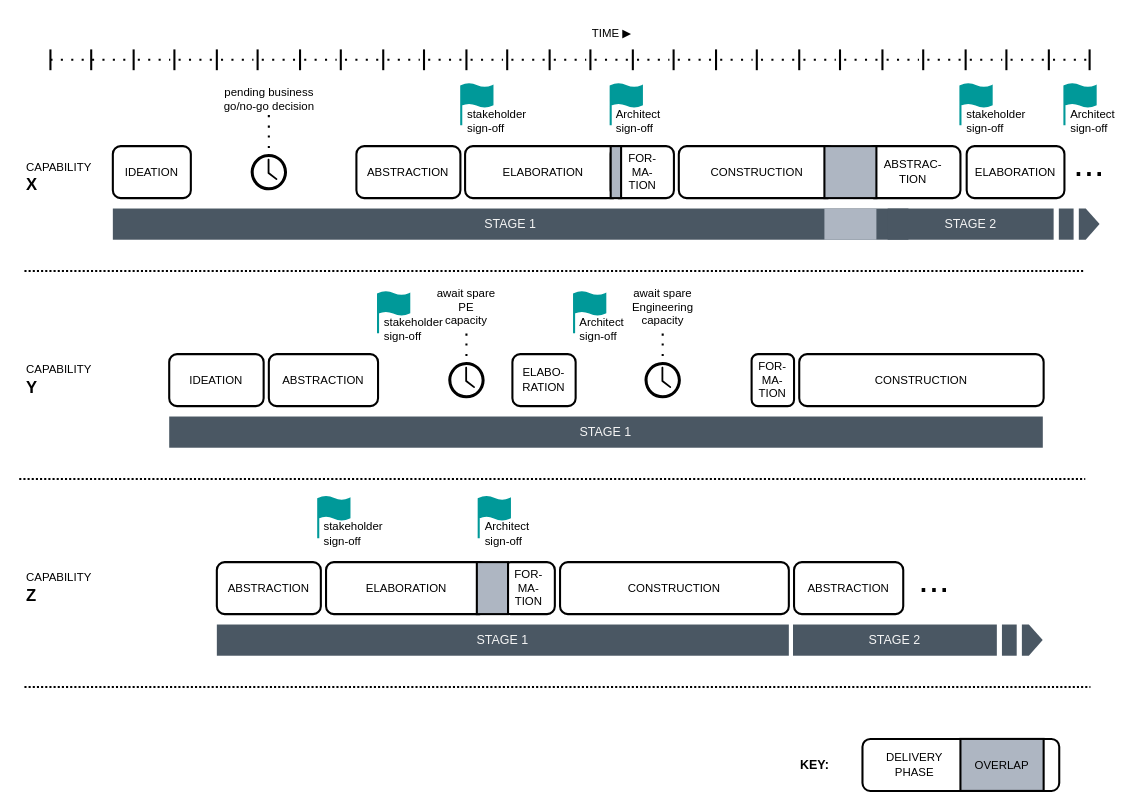
Above: page "process-example-x" (3 of 11) of diagrams.drawio in ekoutanov/CONTROL (draw.io), before the change. Source tidied: cells renumbered, new cells numbered last; positions are measured from the earlier drawing's top-left corner, leaving out a move shared by most shapes. Both pictures are drawn from the tidied source at 104%, with x=0, y=0 at pixel (19, 18).
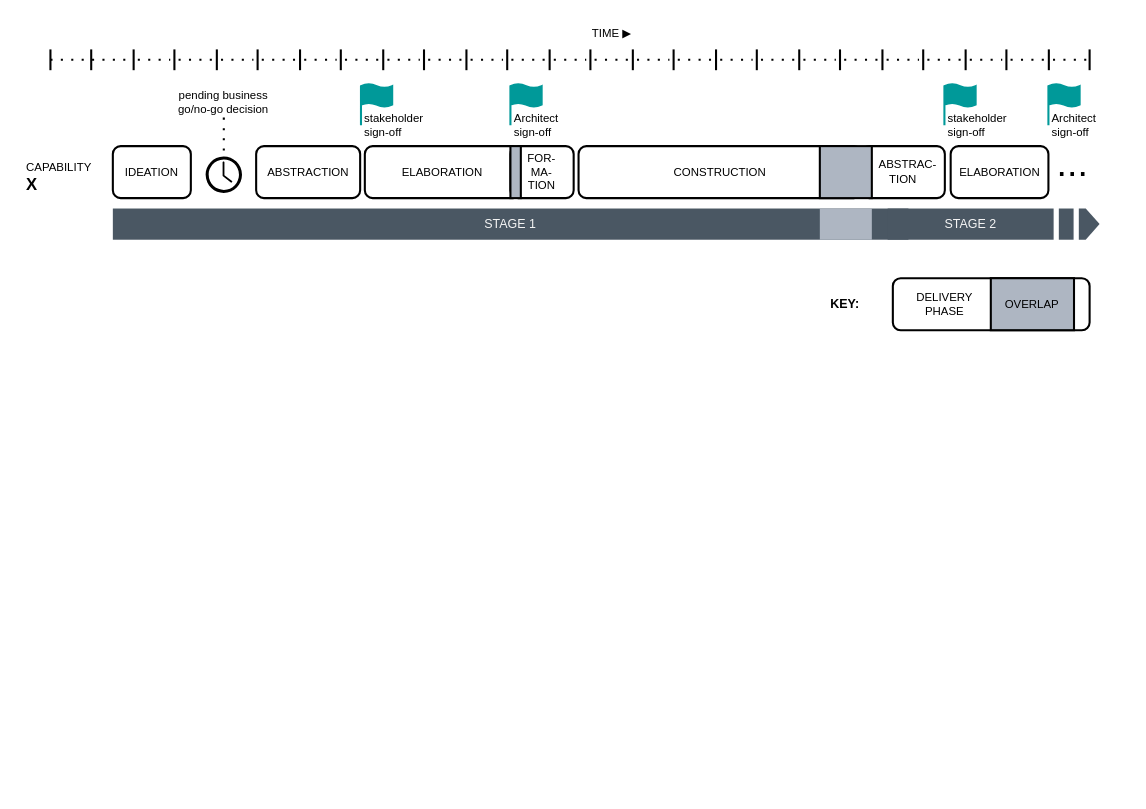
The same page after the edit.

Diff of the diagram source:
```diff
@@
     <mxCell id="3" value="ABSTRACTION" style="rounded=1;whiteSpace=wrap;html=1;fontFamily=Helvetica;fontSize=11;fontColor=default;labelBackgroundColor=default;verticalAlign=middle;strokeWidth=2;" parent="1" vertex="1">
-      <mxGeometry x="324.2" y="123" width="100" height="50" as="geometry" />
+      <mxGeometry x="227.8" y="123" width="100" height="50" as="geometry" />
     </mxCell>
     <mxCell id="4" value="ELABORATION" style="rounded=1;whiteSpace=wrap;html=1;fontFamily=Helvetica;fontSize=11;fontColor=default;labelBackgroundColor=default;verticalAlign=middle;strokeWidth=2;" parent="1" vertex="1">
-      <mxGeometry x="428.7" y="123" width="150" height="50" as="geometry" />
+      <mxGeometry x="332.3" y="123" width="150" height="50" as="geometry" />
     </mxCell>
     <mxCell id="5" value="FOR-&lt;div&gt;MA-&lt;/div&gt;&lt;div&gt;TION&lt;/div&gt;" style="rounded=1;whiteSpace=wrap;html=1;fontFamily=Helvetica;fontSize=11;fontColor=default;labelBackgroundColor=default;verticalAlign=middle;strokeWidth=2;" parent="1" vertex="1">
-      <mxGeometry x="568.7" y="123" width="60.8" height="50" as="geometry" />
+      <mxGeometry x="472.3" y="123" width="60.8" height="50" as="geometry" />
     </mxCell>
     <mxCell id="6" value="CONSTRUCTION" style="rounded=1;whiteSpace=wrap;html=1;fontFamily=Helvetica;fontSize=11;fontColor=default;labelBackgroundColor=default;verticalAlign=middle;strokeWidth=2;" parent="1" vertex="1">
-      <mxGeometry x="634.2" y="123" width="150.8" height="50" as="geometry" />
+      <mxGeometry x="537.8" y="123" width="272.2" height="50" as="geometry" />
     </mxCell>
     <mxCell id="7" style="rounded=0;whiteSpace=wrap;html=1;fontFamily=Helvetica;fontSize=11;fontColor=default;labelBackgroundColor=default;fillColor=#AEB6C2;strokeColor=#000000;strokeWidth=2;" parent="1" vertex="1">
-      <mxGeometry x="568.7" y="123" width="10" height="50" as="geometry" />
+      <mxGeometry x="472.3" y="123" width="10" height="50" as="geometry" />
     </mxCell>
-    <mxCell id="8" value="ABSTRAC-&lt;div&gt;TION&lt;/div&gt;" style="rounded=1;whiteSpace=wrap;html=1;fontFamily=Helvetica;fontSize=11;fontColor=default;labelBackgroundColor=default;verticalAlign=middle;strokeWidth=2;" parent="1" vertex="1">
-      <mxGeometry x="814.2" y="123" width="90.8" height="50" as="geometry" />
+    <mxCell id="8" value="&amp;nbsp; &amp;nbsp;ABSTRAC-&lt;div&gt;TION&lt;/div&gt;" style="rounded=1;whiteSpace=wrap;html=1;fontFamily=Helvetica;fontSize=11;fontColor=default;labelBackgroundColor=default;verticalAlign=middle;strokeWidth=2;" parent="1" vertex="1">
+      <mxGeometry x="809.8" y="123" width="80.2" height="50" as="geometry" />
     </mxCell>
     <mxCell id="9" style="rounded=0;whiteSpace=wrap;html=1;fontFamily=Helvetica;fontSize=11;fontColor=default;labelBackgroundColor=default;fillColor=#AEB6C2;strokeColor=#000000;strokeWidth=2;" parent="1" vertex="1">
-      <mxGeometry x="774.2" y="123" width="50" height="50" as="geometry" />
+      <mxGeometry x="769.8" y="123" width="50" height="50" as="geometry" />
     </mxCell>
     <mxCell id="10" value="&lt;font style=&quot;font-size: 36px;&quot;&gt;...&lt;/font&gt;" style="text;html=1;align=center;verticalAlign=bottom;whiteSpace=wrap;rounded=0;fontFamily=Helvetica;fontSize=11;fontColor=default;labelBackgroundColor=default;" parent="1" vertex="1">
-      <mxGeometry x="1008.8" y="143" width="40" height="20" as="geometry" />
+      <mxGeometry x="993.3" y="143" width="40" height="20" as="geometry" />
     </mxCell>
@@
-    <mxCell id="13" value="IDEATION" style="rounded=1;whiteSpace=wrap;html=1;fontFamily=Helvetica;fontSize=11;fontColor=default;labelBackgroundColor=default;verticalAlign=middle;strokeWidth=2;" parent="1" vertex="1">
-      <mxGeometry x="144.2" y="323" width="90.8" height="50" as="geometry" />
-    </mxCell>
-    <mxCell id="14" value="ABSTRACTION" style="rounded=1;whiteSpace=wrap;html=1;fontFamily=Helvetica;fontSize=11;fontColor=default;labelBackgroundColor=default;verticalAlign=middle;strokeWidth=2;" parent="1" vertex="1">
-      <mxGeometry x="240" y="323" width="105" height="50" as="geometry" />
-    </mxCell>
-    <mxCell id="15" value="ELABO-&lt;div&gt;RATION&lt;/div&gt;" style="rounded=1;whiteSpace=wrap;html=1;fontFamily=Helvetica;fontSize=11;fontColor=default;labelBackgroundColor=default;verticalAlign=middle;strokeWidth=2;" parent="1" vertex="1">
-      <mxGeometry x="474.2" y="323" width="60.8" height="50" as="geometry" />
-    </mxCell>
-    <mxCell id="16" value="FOR-&lt;div&gt;MA-&lt;/div&gt;&lt;div&gt;TION&lt;/div&gt;" style="rounded=1;whiteSpace=wrap;html=1;fontFamily=Helvetica;fontSize=11;fontColor=default;labelBackgroundColor=default;verticalAlign=middle;strokeWidth=2;" parent="1" vertex="1">
-      <mxGeometry x="704.2" y="323" width="40.8" height="50" as="geometry" />
-    </mxCell>
-    <mxCell id="17" value="CONSTRUCTION" style="rounded=1;whiteSpace=wrap;html=1;fontFamily=Helvetica;fontSize=11;fontColor=default;labelBackgroundColor=default;verticalAlign=middle;strokeWidth=2;" parent="1" vertex="1">
-      <mxGeometry x="750" y="323" width="235" height="50" as="geometry" />
-    </mxCell>
-    <mxCell id="18" style="edgeStyle=orthogonalEdgeStyle;curved=1;rounded=1;jettySize=auto;html=1;strokeColor=default;align=center;verticalAlign=middle;fontFamily=Helvetica;fontSize=11;fontColor=default;labelBackgroundColor=default;endArrow=none;endFill=0;dashed=1;dashPattern=1 4;strokeWidth=2;" parent="1" edge="1" source="65" target="75">
-      <mxGeometry relative="1" as="geometry" />
-    </mxCell>
-    <mxCell id="19" style="edgeStyle=orthogonalEdgeStyle;curved=1;rounded=1;jettySize=auto;html=1;strokeColor=default;align=center;verticalAlign=middle;fontFamily=Helvetica;fontSize=11;fontColor=default;labelBackgroundColor=default;endArrow=none;endFill=0;dashed=1;dashPattern=1 4;strokeWidth=2;" parent="1" edge="1" source="66" target="20">
-      <mxGeometry relative="1" as="geometry" />
-    </mxCell>
-    <mxCell id="20" style="sketch=0;shadow=0;dashed=0;html=1;strokeColor=none;fillColor=#000000;labelPosition=center;verticalLabelPosition=bottom;verticalAlign=top;outlineConnect=0;align=center;shape=mxgraph.office.concepts.clock;fontFamily=Helvetica;fontSize=11;fontColor=default;labelBackgroundColor=default;" parent="1" vertex="1">
-      <mxGeometry x="412.5" y="330.5" width="35" height="35" as="geometry" />
-    </mxCell>
-    <mxCell id="21" value="ABSTRACTION" style="rounded=1;whiteSpace=wrap;html=1;fontFamily=Helvetica;fontSize=11;fontColor=default;labelBackgroundColor=default;verticalAlign=middle;strokeWidth=2;" parent="1" vertex="1">
-      <mxGeometry x="190" y="523" width="100" height="50" as="geometry" />
-    </mxCell>
-    <mxCell id="22" value="ELABORATION" style="rounded=1;whiteSpace=wrap;html=1;fontFamily=Helvetica;fontSize=11;fontColor=default;labelBackgroundColor=default;verticalAlign=middle;strokeWidth=2;" parent="1" vertex="1">
-      <mxGeometry x="295" y="523" width="155" height="50" as="geometry" />
-    </mxCell>
-    <mxCell id="23" value="FOR-&lt;div&gt;MA-&lt;/div&gt;&lt;div&gt;TION&lt;/div&gt;" style="rounded=1;whiteSpace=wrap;html=1;fontFamily=Helvetica;fontSize=11;fontColor=default;labelBackgroundColor=default;verticalAlign=middle;strokeWidth=2;" parent="1" vertex="1">
-      <mxGeometry x="465" y="523" width="50" height="50" as="geometry" />
-    </mxCell>
-    <mxCell id="24" value="CONSTRUCTION" style="rounded=1;whiteSpace=wrap;html=1;fontFamily=Helvetica;fontSize=11;fontColor=default;labelBackgroundColor=default;verticalAlign=middle;strokeWidth=2;" parent="1" vertex="1">
-      <mxGeometry x="520" y="523" width="220" height="50" as="geometry" />
-    </mxCell>
-    <mxCell id="25" style="rounded=0;whiteSpace=wrap;html=1;fontFamily=Helvetica;fontSize=11;fontColor=default;labelBackgroundColor=default;fillColor=#AEB6C2;strokeColor=#000000;strokeWidth=2;" parent="1" vertex="1">
-      <mxGeometry x="440" y="523" width="30" height="50" as="geometry" />
-    </mxCell>
@@
-    <mxCell id="63" style="endArrow=none;html=1;rounded=0;strokeWidth=2;dashed=1;dashPattern=1 1;jumpStyle=gap;" parent="1" edge="1">
-      <mxGeometry relative="1" as="geometry">
-        <mxPoint x="5" y="243" as="sourcePoint" />
-        <mxPoint x="1025" y="243" as="targetPoint" />
-      </mxGeometry>
-    </mxCell>
-    <mxCell id="64" style="endArrow=none;html=1;rounded=0;strokeWidth=2;dashed=1;dashPattern=1 1;jumpStyle=gap;" parent="1" edge="1">
-      <mxGeometry relative="1" as="geometry">
-        <mxPoint y="443" as="sourcePoint" />
-        <mxPoint x="1025" y="443" as="targetPoint" />
-      </mxGeometry>
-    </mxCell>
-    <mxCell id="65" value="await spare Engineering capacity" style="text;html=1;align=center;verticalAlign=middle;whiteSpace=wrap;rounded=0;fontFamily=Helvetica;fontSize=11;fontColor=default;labelBackgroundColor=default;" parent="1" vertex="1">
-      <mxGeometry x="578.7" y="263" width="80" height="30" as="geometry" />
-    </mxCell>
-    <mxCell id="66" value="await spare&lt;div&gt;PE&lt;/div&gt;&lt;div&gt;capacity&lt;/div&gt;" style="text;html=1;align=center;verticalAlign=middle;whiteSpace=wrap;rounded=0;fontFamily=Helvetica;fontSize=11;fontColor=default;labelBackgroundColor=default;" parent="1" vertex="1">
-      <mxGeometry x="390" y="263" width="80" height="30" as="geometry" />
-    </mxCell>
     <mxCell id="67" value="KEY:" style="text;html=1;align=right;verticalAlign=middle;whiteSpace=wrap;rounded=0;fillColor=default;fontStyle=1;" parent="1" vertex="1">
-      <mxGeometry x="750.8" y="703" width="30" height="30" as="geometry" />
+      <mxGeometry x="780" y="260" width="30" height="30" as="geometry" />
     </mxCell>
     <mxCell id="68" style="rounded=1;whiteSpace=wrap;html=1;fontFamily=Helvetica;fontSize=11;fontColor=default;labelBackgroundColor=default;verticalAlign=middle;strokeWidth=2;" parent="1" vertex="1">
-      <mxGeometry x="810.8" y="693" width="189.2" height="50" as="geometry" />
+      <mxGeometry x="840" y="250" width="189.2" height="50" as="geometry" />
     </mxCell>
     <mxCell id="69" value="OVERLAP" style="rounded=0;whiteSpace=wrap;html=1;fontFamily=Helvetica;fontSize=11;fontColor=default;labelBackgroundColor=none;fillColor=#AEB6C2;strokeColor=#000000;strokeWidth=2;" parent="1" vertex="1">
-      <mxGeometry x="905" y="693" width="80" height="50" as="geometry" />
+      <mxGeometry x="934.2" y="250" width="80" height="50" as="geometry" />
     </mxCell>
@@
-    <mxCell id="71" value="ABSTRACTION" style="rounded=1;whiteSpace=wrap;html=1;fontFamily=Helvetica;fontSize=11;fontColor=default;labelBackgroundColor=default;verticalAlign=middle;strokeWidth=2;" parent="1" vertex="1">
-      <mxGeometry x="745" y="523" width="105" height="50" as="geometry" />
-    </mxCell>
-    <mxCell id="72" value="&lt;font style=&quot;font-size: 36px;&quot;&gt;...&lt;/font&gt;" style="text;html=1;align=center;verticalAlign=bottom;whiteSpace=wrap;rounded=0;fontFamily=Helvetica;fontSize=11;fontColor=default;labelBackgroundColor=default;" parent="1" vertex="1">
-      <mxGeometry x="860" y="543" width="40" height="20" as="geometry" />
-    </mxCell>
@@
     <mxCell id="74" style="rounded=0;whiteSpace=wrap;html=1;fontFamily=Helvetica;fontSize=11;fontColor=default;labelBackgroundColor=default;fillColor=#AEB6C2;strokeColor=none;strokeWidth=2;" parent="1" vertex="1">
-      <mxGeometry x="774.2" y="183" width="50" height="30" as="geometry" />
+      <mxGeometry x="769.8" y="183" width="50" height="30" as="geometry" />
     </mxCell>
-    <mxCell id="75" style="sketch=0;shadow=0;dashed=0;html=1;strokeColor=none;fillColor=#000000;labelPosition=center;verticalLabelPosition=bottom;verticalAlign=top;outlineConnect=0;align=center;shape=mxgraph.office.concepts.clock;fontFamily=Helvetica;fontSize=11;fontColor=default;labelBackgroundColor=default;" parent="1" vertex="1">
-      <mxGeometry x="601.2" y="330.5" width="35" height="35" as="geometry" />
-    </mxCell>
-    <mxCell id="76" value="STAGE 1" style="rounded=0;whiteSpace=wrap;html=1;direction=east;horizontal=1;strokeColor=none;fillColor=#4A5763;fontColor=#F5F5F5;" parent="1" vertex="1">
-      <mxGeometry x="144.2" y="383" width="840" height="30" as="geometry" />
-    </mxCell>
-    <mxCell id="77" value="STAGE 1" style="rounded=0;whiteSpace=wrap;html=1;direction=east;horizontal=1;strokeColor=none;fillColor=#4A5763;fontColor=#F5F5F5;" parent="1" vertex="1">
-      <mxGeometry x="190" y="583" width="550" height="30" as="geometry" />
-    </mxCell>
-    <mxCell id="78" value="STAGE 2" style="rounded=0;whiteSpace=wrap;html=1;direction=east;horizontal=1;strokeColor=none;fillColor=#4A5763;fontColor=#F5F5F5;" parent="1" vertex="1">
-      <mxGeometry x="744" y="583" width="196" height="30" as="geometry" />
-    </mxCell>
     <mxCell id="79" value="DELIVERY&lt;div&gt;PHASE&lt;/div&gt;" style="text;html=1;align=center;verticalAlign=middle;whiteSpace=wrap;rounded=0;fontFamily=Helvetica;fontSize=11;fontColor=default;labelBackgroundColor=default;" parent="1" vertex="1">
-      <mxGeometry x="820.8" y="703" width="80" height="30" as="geometry" />
+      <mxGeometry x="850" y="260" width="80" height="30" as="geometry" />
     </mxCell>
-    <mxCell id="80" style="shape=offPageConnector;whiteSpace=wrap;html=1;fontFamily=Helvetica;fontSize=12;fontColor=#F5F5F5;labelBackgroundColor=default;rotation=-90;rounded=0;align=center;verticalAlign=middle;fillColor=#4A5763;strokeColor=none;size=0.6666666666666666;" parent="1" vertex="1">
-      <mxGeometry x="959.1" y="588" width="30" height="20" as="geometry" />
-    </mxCell>
-    <mxCell id="81" style="rounded=0;whiteSpace=wrap;html=1;direction=east;horizontal=1;strokeColor=none;fillColor=#4A5763;fontColor=#F5F5F5;" parent="1" vertex="1">
-      <mxGeometry x="944.9" y="583" width="14.2" height="30" as="geometry" />
-    </mxCell>
@@
-    <mxCell id="85" value="CAPABILITY&amp;nbsp;&lt;div&gt;&lt;span style=&quot;font-size: 16px;&quot;&gt;&lt;b&gt;Y&lt;/b&gt;&lt;/span&gt;&lt;/div&gt;" style="text;html=1;align=left;verticalAlign=middle;whiteSpace=wrap;rounded=0;fontFamily=Helvetica;fontSize=11;fontColor=default;labelBackgroundColor=default;" parent="1" vertex="1">
-      <mxGeometry x="5" y="333" width="80" height="30" as="geometry" />
-    </mxCell>
-    <mxCell id="86" value="CAPABILITY&amp;nbsp;&lt;div&gt;&lt;span style=&quot;font-size: 16px;&quot;&gt;&lt;b&gt;Z&lt;/b&gt;&lt;/span&gt;&lt;/div&gt;" style="text;html=1;align=left;verticalAlign=middle;whiteSpace=wrap;rounded=0;fontFamily=Helvetica;fontSize=11;fontColor=default;labelBackgroundColor=default;" parent="1" vertex="1">
-      <mxGeometry x="5" y="533" width="80" height="30" as="geometry" />
-    </mxCell>
-    <mxCell id="87" style="endArrow=none;html=1;rounded=0;strokeWidth=2;dashed=1;dashPattern=1 1;jumpStyle=gap;" parent="1" edge="1">
-      <mxGeometry relative="1" as="geometry">
-        <mxPoint x="5" y="643" as="sourcePoint" />
-        <mxPoint x="1030" y="643" as="targetPoint" />
-      </mxGeometry>
-    </mxCell>
@@
     <mxCell id="89" style="sketch=0;shadow=0;dashed=0;html=1;strokeColor=none;fillColor=#000000;labelPosition=center;verticalLabelPosition=bottom;verticalAlign=top;outlineConnect=0;align=center;shape=mxgraph.office.concepts.clock;fontFamily=Helvetica;fontSize=11;fontColor=default;labelBackgroundColor=default;" parent="1" vertex="1">
-      <mxGeometry x="222.5" y="130.5" width="35" height="35" as="geometry" />
+      <mxGeometry x="179.2" y="133" width="35" height="35" as="geometry" />
     </mxCell>
     <mxCell id="90" value="pending business go/no-go decision" style="text;html=1;align=center;verticalAlign=middle;whiteSpace=wrap;rounded=0;fontFamily=Helvetica;fontSize=11;fontColor=default;labelBackgroundColor=default;" parent="1" vertex="1">
-      <mxGeometry x="192.5" y="63" width="95" height="30" as="geometry" />
+      <mxGeometry x="149.2" y="65.5" width="95" height="30" as="geometry" />
     </mxCell>
@@
     <mxCell id="94" value="ELABORATION" style="rounded=1;whiteSpace=wrap;html=1;fontFamily=Helvetica;fontSize=11;fontColor=default;labelBackgroundColor=default;verticalAlign=middle;strokeWidth=2;" parent="1" vertex="1">
-      <mxGeometry x="911" y="123" width="94" height="50" as="geometry" />
+      <mxGeometry x="895.6" y="123" width="94" height="50" as="geometry" />
     </mxCell>
     <mxCell id="95" style="html=1;verticalLabelPosition=bottom;align=center;labelBackgroundColor=#ffffff;verticalAlign=top;strokeWidth=2;strokeColor=#009999;shadow=0;dashed=0;shape=mxgraph.ios7.icons.flag;fontFamily=Helvetica;fontSize=11;fontColor=default;fillColor=#009999;" parent="1" vertex="1">
-      <mxGeometry x="425" y="63" width="30" height="40" as="geometry" />
+      <mxGeometry x="328.6" y="63" width="30" height="40" as="geometry" />
     </mxCell>
     <mxCell id="96" value="stakeholder&lt;div&gt;sign-off&lt;/div&gt;" style="text;html=1;align=left;verticalAlign=middle;whiteSpace=wrap;rounded=0;fontFamily=Helvetica;fontSize=11;fontColor=default;labelBackgroundColor=none;" parent="1" vertex="1">
-      <mxGeometry x="428.7" y="84" width="71.3" height="30" as="geometry" />
+      <mxGeometry x="330.3" y="88" width="71.3" height="30" as="geometry" />
     </mxCell>
     <mxCell id="97" style="html=1;verticalLabelPosition=bottom;align=center;labelBackgroundColor=#ffffff;verticalAlign=top;strokeWidth=2;strokeColor=#009999;shadow=0;dashed=0;shape=mxgraph.ios7.icons.flag;fontFamily=Helvetica;fontSize=11;fontColor=default;fillColor=#009999;" parent="1" vertex="1">
-      <mxGeometry x="568.7" y="63" width="30" height="40" as="geometry" />
+      <mxGeometry x="472.3" y="63" width="30" height="40" as="geometry" />
     </mxCell>
     <mxCell id="98" value="Architect&lt;div&gt;sign-off&lt;/div&gt;" style="text;html=1;align=left;verticalAlign=middle;whiteSpace=wrap;rounded=0;fontFamily=Helvetica;fontSize=11;fontColor=default;labelBackgroundColor=none;" parent="1" vertex="1">
-      <mxGeometry x="572.3" y="84" width="57.7" height="30" as="geometry" />
+      <mxGeometry x="473.9" y="88" width="57.7" height="30" as="geometry" />
     </mxCell>
-    <mxCell id="99" style="html=1;verticalLabelPosition=bottom;align=center;labelBackgroundColor=#ffffff;verticalAlign=top;strokeWidth=2;strokeColor=#009999;shadow=0;dashed=0;shape=mxgraph.ios7.icons.flag;fontFamily=Helvetica;fontSize=11;fontColor=default;fillColor=#009999;" parent="1" vertex="1">
-      <mxGeometry x="345" y="263" width="30" height="40" as="geometry" />
-    </mxCell>
-    <mxCell id="100" value="stakeholder&lt;div&gt;sign-off&lt;/div&gt;" style="text;html=1;align=left;verticalAlign=middle;whiteSpace=wrap;rounded=0;fontFamily=Helvetica;fontSize=11;fontColor=default;labelBackgroundColor=none;" parent="1" vertex="1">
-      <mxGeometry x="348.7" y="284" width="71.3" height="30" as="geometry" />
-    </mxCell>
-    <mxCell id="101" style="html=1;verticalLabelPosition=bottom;align=center;labelBackgroundColor=#ffffff;verticalAlign=top;strokeWidth=2;strokeColor=#009999;shadow=0;dashed=0;shape=mxgraph.ios7.icons.flag;fontFamily=Helvetica;fontSize=11;fontColor=default;fillColor=#009999;" parent="1" vertex="1">
-      <mxGeometry x="287.5" y="460" width="30" height="40" as="geometry" />
-    </mxCell>
-    <mxCell id="102" value="stakeholder&lt;div&gt;sign-off&lt;/div&gt;" style="text;html=1;align=left;verticalAlign=middle;whiteSpace=wrap;rounded=0;fontFamily=Helvetica;fontSize=11;fontColor=default;labelBackgroundColor=none;" parent="1" vertex="1">
-      <mxGeometry x="291.2" y="481" width="71.3" height="30" as="geometry" />
-    </mxCell>
-    <mxCell id="103" style="html=1;verticalLabelPosition=bottom;align=center;labelBackgroundColor=#ffffff;verticalAlign=top;strokeWidth=2;strokeColor=#009999;shadow=0;dashed=0;shape=mxgraph.ios7.icons.flag;fontFamily=Helvetica;fontSize=11;fontColor=default;fillColor=#009999;" parent="1" vertex="1">
-      <mxGeometry x="533.5" y="263" width="30" height="40" as="geometry" />
-    </mxCell>
-    <mxCell id="104" value="Architect&lt;div&gt;sign-off&lt;/div&gt;" style="text;html=1;align=left;verticalAlign=middle;whiteSpace=wrap;rounded=0;fontFamily=Helvetica;fontSize=11;fontColor=default;labelBackgroundColor=none;" parent="1" vertex="1">
-      <mxGeometry x="537.2" y="284" width="57.7" height="30" as="geometry" />
-    </mxCell>
-    <mxCell id="105" style="html=1;verticalLabelPosition=bottom;align=center;labelBackgroundColor=#ffffff;verticalAlign=top;strokeWidth=2;strokeColor=#009999;shadow=0;dashed=0;shape=mxgraph.ios7.icons.flag;fontFamily=Helvetica;fontSize=11;fontColor=default;fillColor=#009999;" parent="1" vertex="1">
-      <mxGeometry x="441.8" y="460" width="30" height="40" as="geometry" />
-    </mxCell>
-    <mxCell id="106" value="Architect&lt;div&gt;sign-off&lt;/div&gt;" style="text;html=1;align=left;verticalAlign=middle;whiteSpace=wrap;rounded=0;fontFamily=Helvetica;fontSize=11;fontColor=default;labelBackgroundColor=none;" parent="1" vertex="1">
-      <mxGeometry x="445.5" y="481" width="57.7" height="30" as="geometry" />
-    </mxCell>
     <mxCell id="107" style="html=1;verticalLabelPosition=bottom;align=center;labelBackgroundColor=#ffffff;verticalAlign=top;strokeWidth=2;strokeColor=#009999;shadow=0;dashed=0;shape=mxgraph.ios7.icons.flag;fontFamily=Helvetica;fontSize=11;fontColor=default;fillColor=#009999;" parent="1" vertex="1">
-      <mxGeometry x="1005" y="63" width="30" height="40" as="geometry" />
+      <mxGeometry x="989.6" y="63" width="30" height="40" as="geometry" />
     </mxCell>
     <mxCell id="108" value="Architect&lt;div&gt;sign-off&lt;/div&gt;" style="text;html=1;align=left;verticalAlign=middle;whiteSpace=wrap;rounded=0;fontFamily=Helvetica;fontSize=11;fontColor=default;labelBackgroundColor=none;" parent="1" vertex="1">
-      <mxGeometry x="1008.7" y="84" width="57.7" height="30" as="geometry" />
+      <mxGeometry x="991.3" y="88" width="57.7" height="30" as="geometry" />
     </mxCell>
     <mxCell id="109" style="html=1;verticalLabelPosition=bottom;align=center;labelBackgroundColor=#ffffff;verticalAlign=top;strokeWidth=2;strokeColor=#009999;shadow=0;dashed=0;shape=mxgraph.ios7.icons.flag;fontFamily=Helvetica;fontSize=11;fontColor=default;fillColor=#009999;" parent="1" vertex="1">
-      <mxGeometry x="905" y="63" width="30" height="40" as="geometry" />
+      <mxGeometry x="889.6" y="63" width="30" height="40" as="geometry" />
     </mxCell>
     <mxCell id="110" value="stakeholder&lt;div&gt;sign-off&lt;/div&gt;" style="text;html=1;align=left;verticalAlign=middle;whiteSpace=wrap;rounded=0;fontFamily=Helvetica;fontSize=11;fontColor=default;labelBackgroundColor=none;" parent="1" vertex="1">
-      <mxGeometry x="908.7" y="84" width="71.3" height="30" as="geometry" />
+      <mxGeometry x="891.3" y="88" width="71.3" height="30" as="geometry" />
     </mxCell>
```
